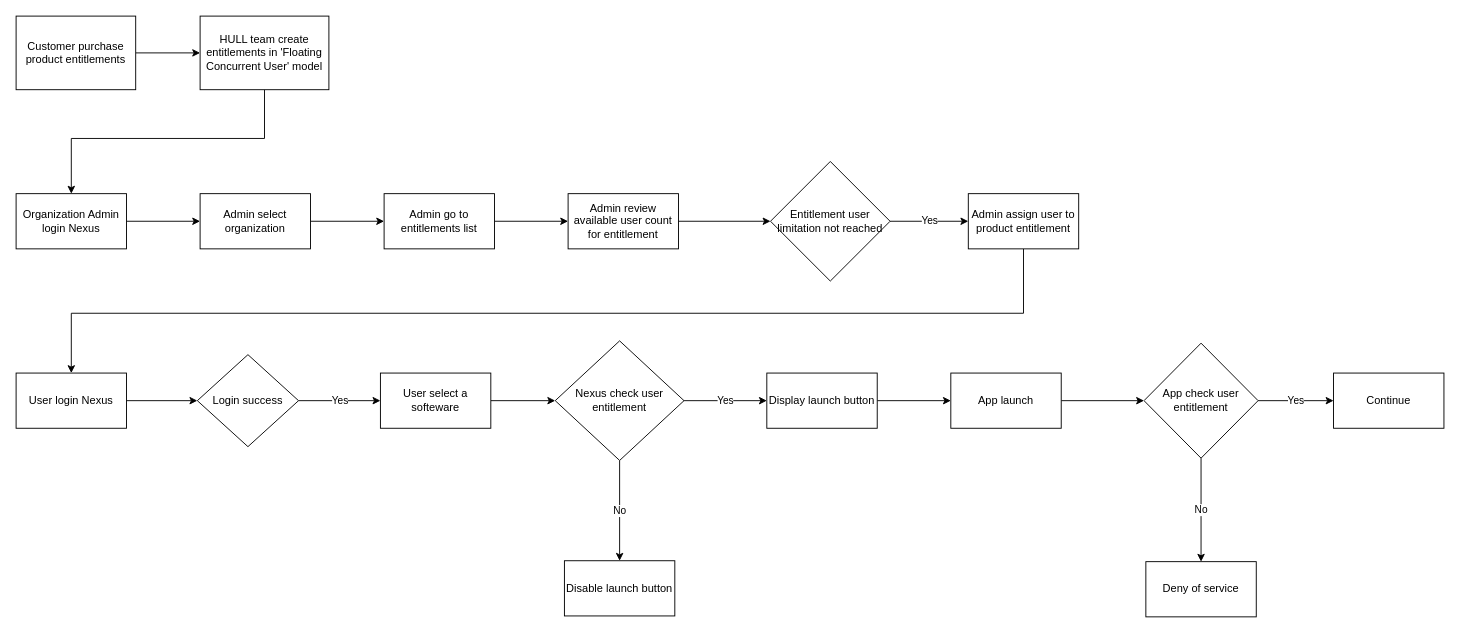
The draw.io diagram page "Workflow" (1 of 2) of Entitlement Workflow.drawio in xiaowei90113/Design, before the edit. Source tidied: cells renumbered, new cells numbered last; positions are measured from the earlier drawing's top-left corner, leaving out a move shared by most shapes. Both pictures are drawn from the tidied source at 92%, with x=0, y=0 at pixel (16, 16).
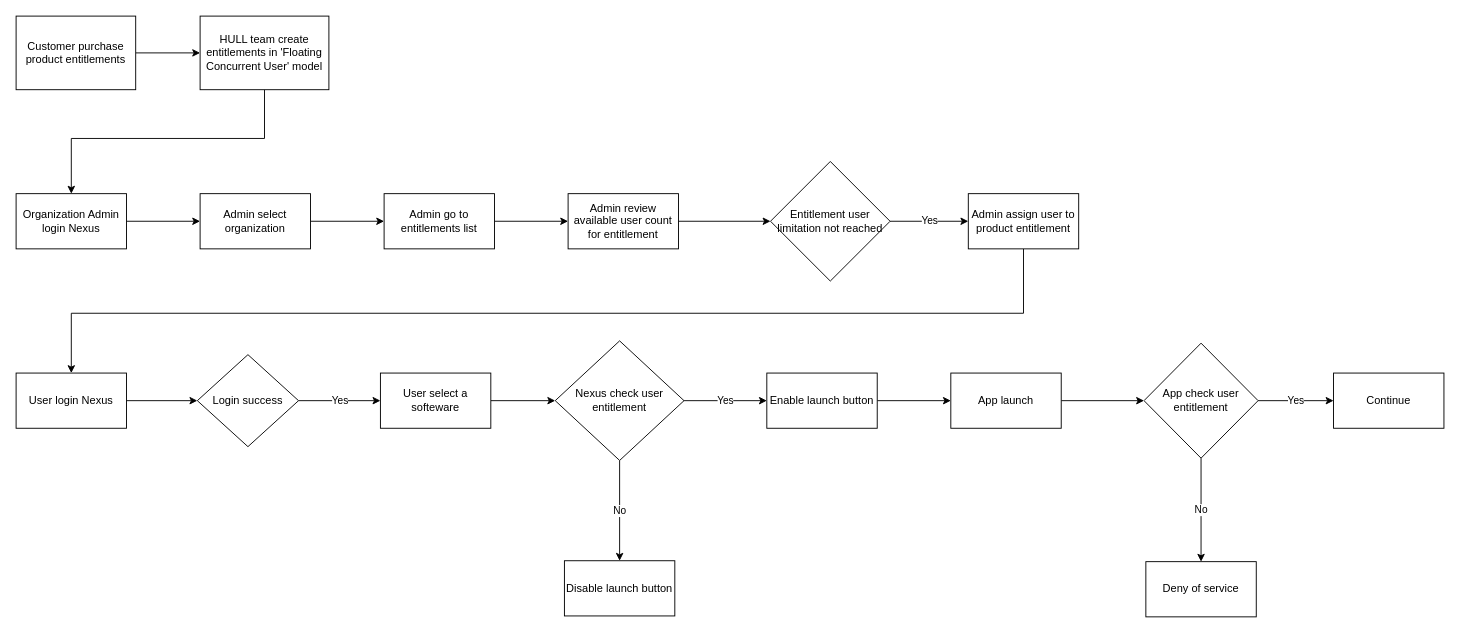
After the change.

Change to the diagram source:
```diff
@@
-    <mxCell id="12" value="Display launch button" style="whiteSpace=wrap;html=1;" parent="1" vertex="1">
+    <mxCell id="12" value="Enable launch button" style="whiteSpace=wrap;html=1;" parent="1" vertex="1">
       <mxGeometry x="816" y="388" width="120" height="60" as="geometry" />
     </mxCell>
```
